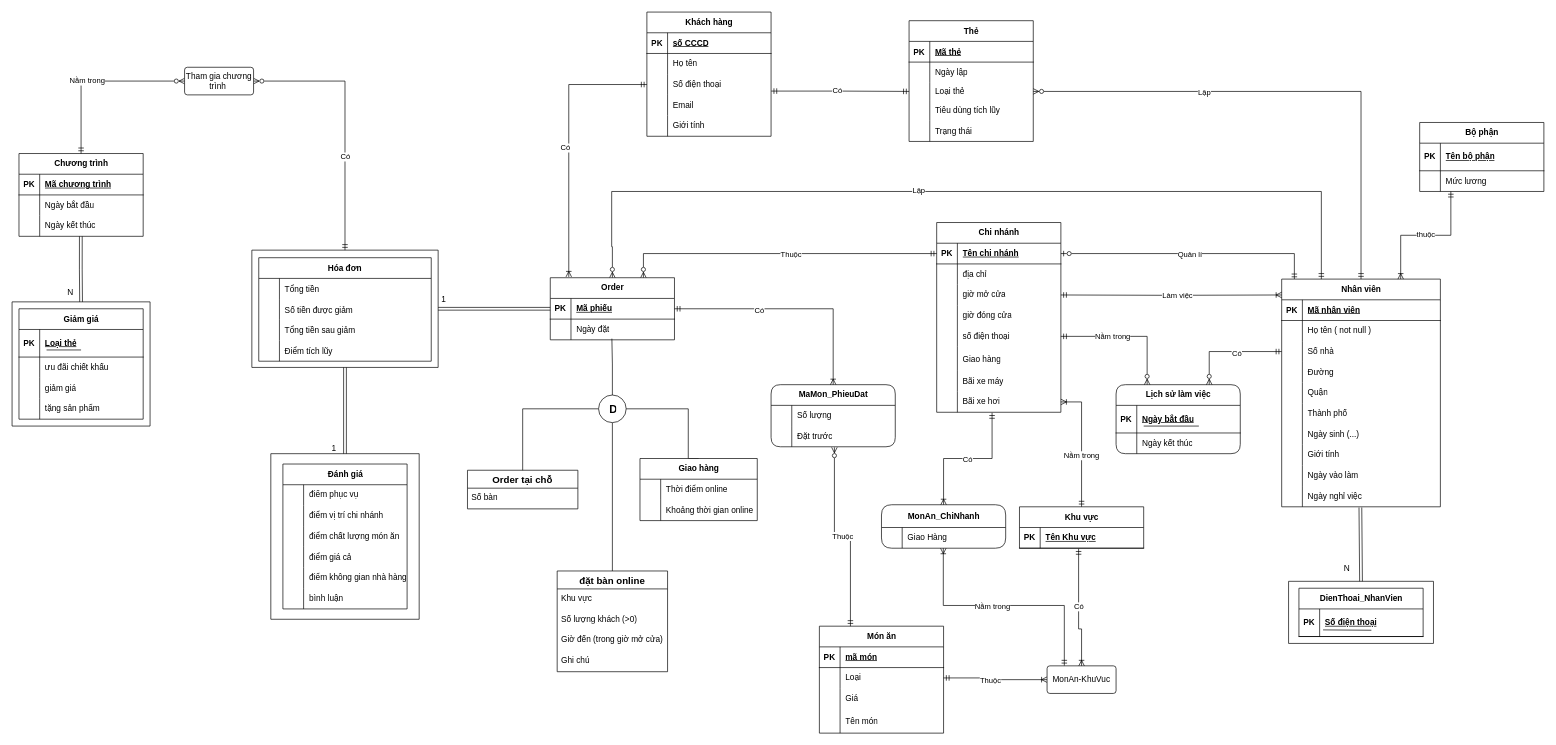
botbienn/Do-an-sushi-CSDL-22-1-nhom-10 keeps this draw.io diagram as ER-SecondHalf.drawio. Above is the earlier version. Source tidied: cells renumbered, new cells numbered last; positions are measured from the earlier drawing's top-left corner, leaving out a move shared by most shapes. Both pictures are drawn from the tidied source at 69%, with x=0, y=0 at pixel (12, 12).
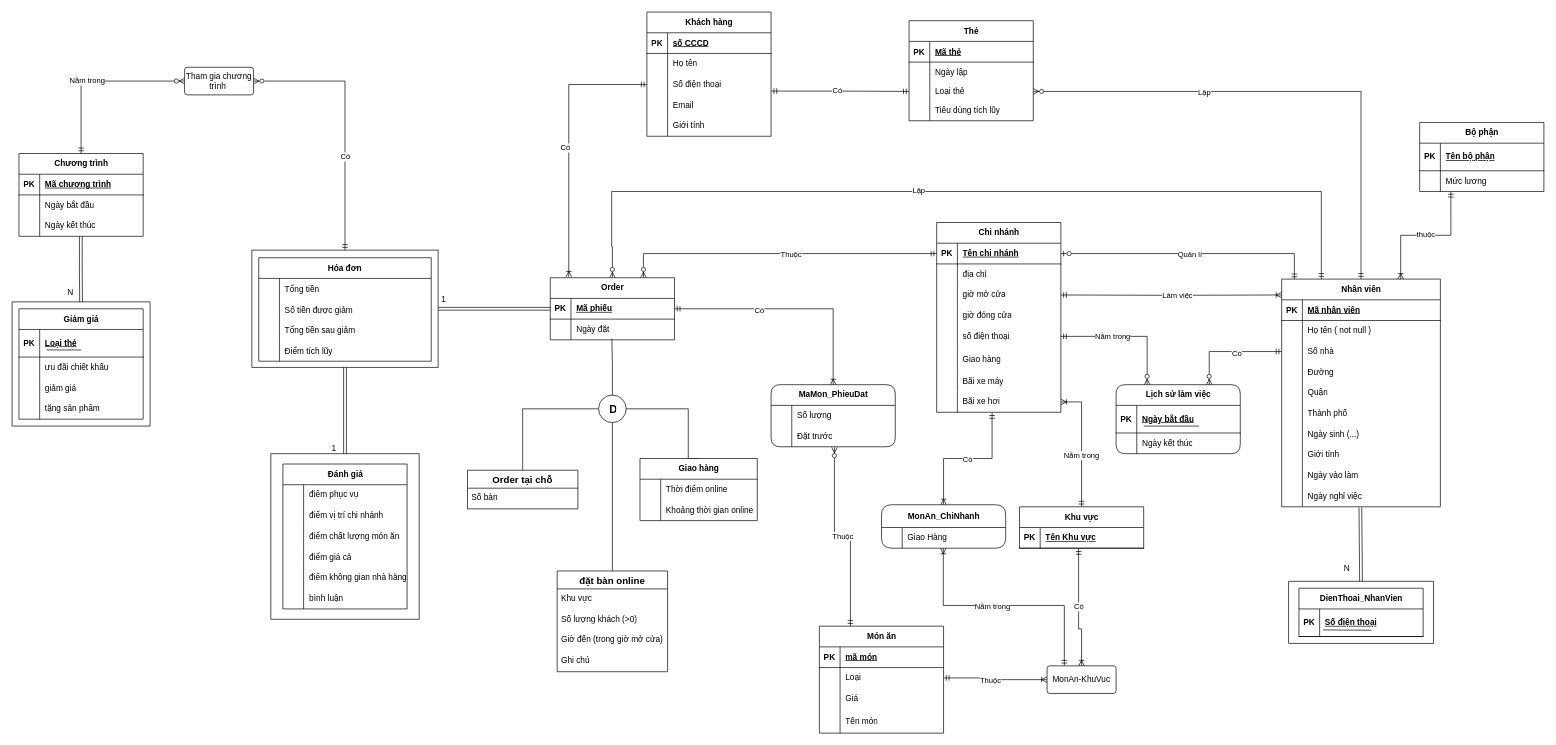
The same diagram, later.

What changed in the source:
```diff
@@
     <mxCell id="254" value="Thẻ" style="shape=table;startSize=30;childLayout=tableLayout;rowLines=0;fontStyle=1;align=center;html=1;" parent="1" vertex="1">
-      <mxGeometry x="1300" y="12.5" width="180" height="175" as="geometry" />
+      <mxGeometry x="1300" y="12.5" width="180" height="145" as="geometry" />
     </mxCell>
@@
-    <mxCell id="267" style="shape=tableRow;horizontal=0;startSize=0;swimlaneHead=0;swimlaneBody=0;fillColor=none;top=0;left=0;right=0;bottom=0;" parent="254" vertex="1">
-      <mxGeometry y="145" width="180" height="30" as="geometry" />
-    </mxCell>
-    <mxCell id="268" style="shape=partialRectangle;fillColor=none;top=0;left=0;bottom=0;right=0;overflow=hidden;whiteSpace=wrap;html=1;" parent="267" vertex="1">
-      <mxGeometry width="30" height="30" as="geometry" />
-    </mxCell>
-    <mxCell id="269" value="Trạng thái" style="shape=partialRectangle;fillColor=none;top=0;left=0;bottom=0;right=0;align=left;spacingLeft=6;overflow=hidden;whiteSpace=wrap;html=1;" parent="267" vertex="1">
-      <mxGeometry x="30" width="150" height="30" as="geometry" />
-    </mxCell>
```
